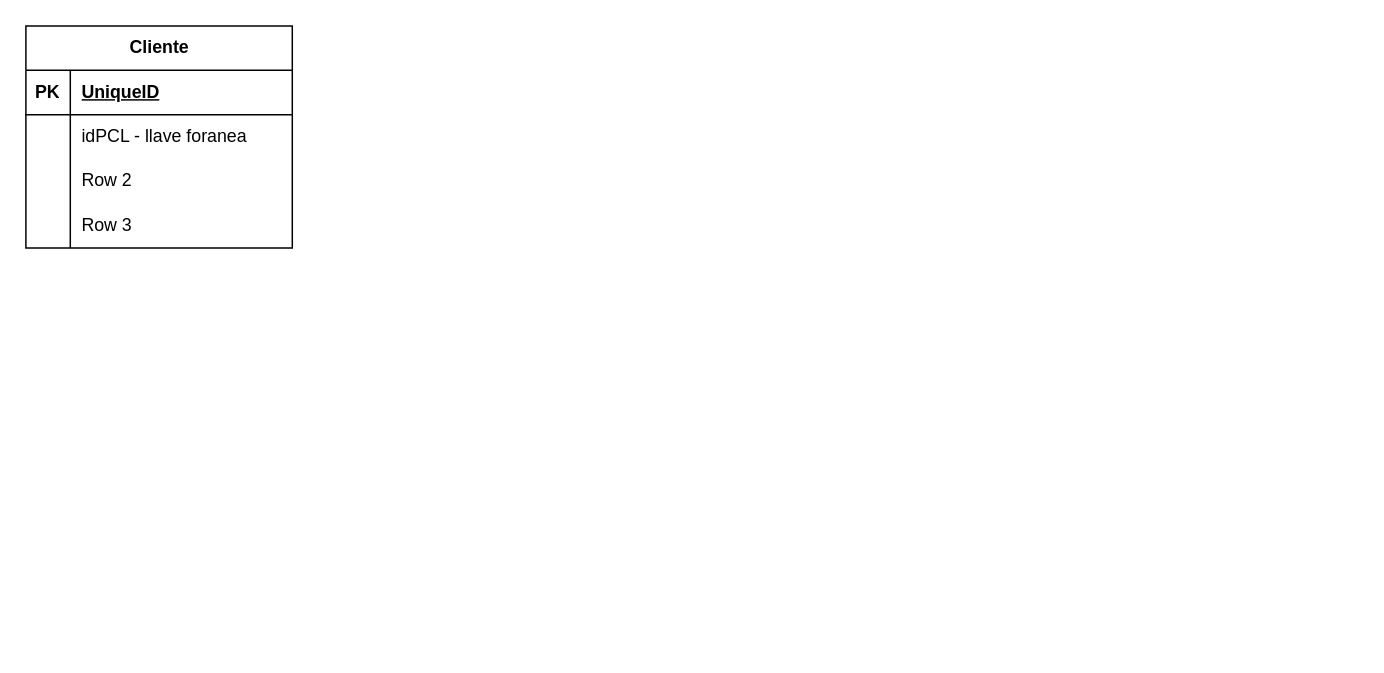
Before: BD.drawio in OscFPC/Aux_B, a draw.io diagram. Source tidied: cells renumbered, new cells numbered last; positions are measured from the earlier drawing's top-left corner, leaving out a move shared by most shapes. Both pictures are drawn from the tidied source at 148%, with x=0, y=0 at pixel (25, 25).
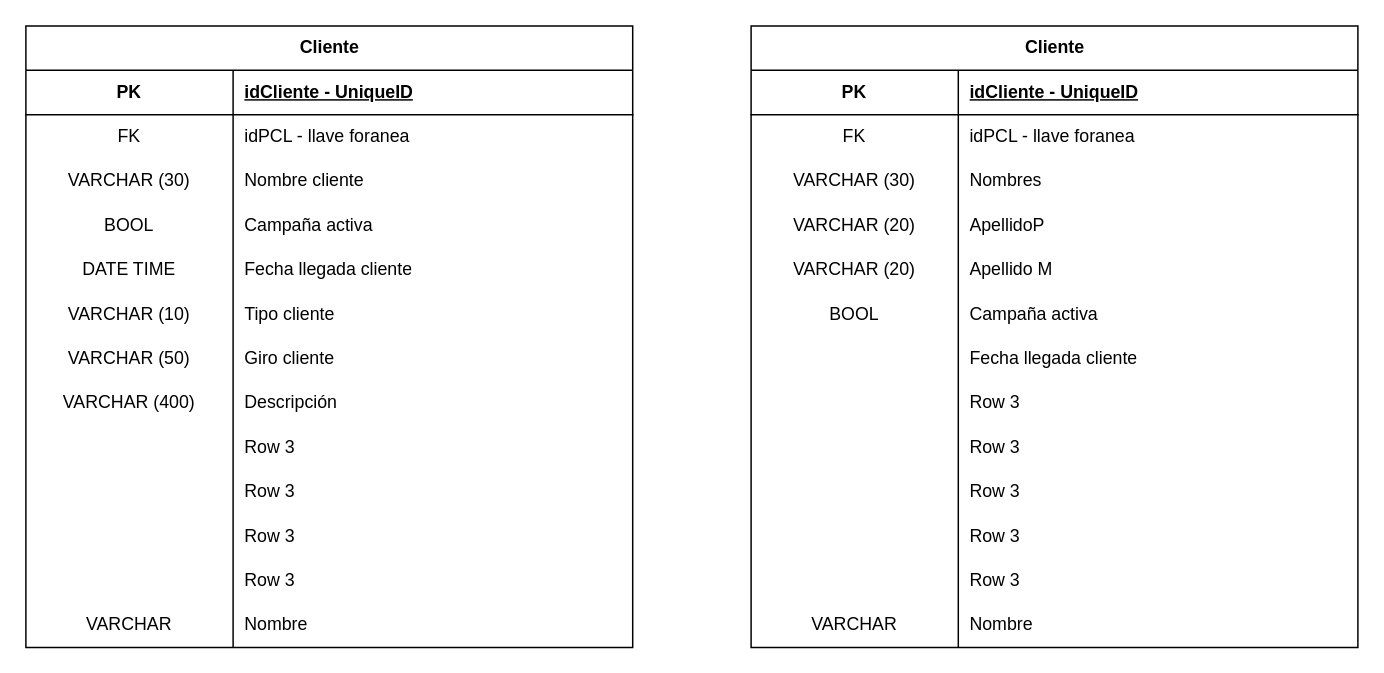
The same diagram, later.

What changed in the source:
```diff
@@
     <mxCell id="2" value="Cliente" style="shape=table;startSize=30;childLayout=tableLayout;rowLines=0;fontStyle=1;align=center;html=1;" parent="1" vertex="1">
-      <mxGeometry width="180" height="150" as="geometry" />
+      <mxGeometry width="410" height="420" as="geometry" />
     </mxCell>
     <mxCell id="3" style="shape=tableRow;horizontal=0;startSize=0;swimlaneHead=0;swimlaneBody=0;fillColor=none;top=0;left=0;right=0;bottom=1;" parent="2" vertex="1">
-      <mxGeometry y="30" width="180" height="30" as="geometry" />
+      <mxGeometry y="30" width="410" height="30" as="geometry" />
     </mxCell>
     <mxCell id="4" value="PK" style="shape=partialRectangle;fillColor=none;top=0;left=0;bottom=0;right=0;fontStyle=1;overflow=hidden;whiteSpace=wrap;html=1;" parent="3" vertex="1">
-      <mxGeometry width="30" height="30" as="geometry" />
+      <mxGeometry width="140" height="30" as="geometry" />
     </mxCell>
-    <mxCell id="5" value="UniqueID" style="shape=partialRectangle;fillColor=none;top=0;left=0;bottom=0;right=0;align=left;spacingLeft=6;fontStyle=5;overflow=hidden;whiteSpace=wrap;html=1;" parent="3" vertex="1">
-      <mxGeometry x="30" width="150" height="30" as="geometry" />
+    <mxCell id="5" value="idCliente - UniqueID" style="shape=partialRectangle;fillColor=none;top=0;left=0;bottom=0;right=0;align=left;spacingLeft=6;fontStyle=5;overflow=hidden;whiteSpace=wrap;html=1;" parent="3" vertex="1">
+      <mxGeometry x="140" width="270" height="30" as="geometry" />
     </mxCell>
     <mxCell id="6" style="shape=tableRow;horizontal=0;startSize=0;swimlaneHead=0;swimlaneBody=0;fillColor=none;top=0;left=0;right=0;bottom=0;" parent="2" vertex="1">
-      <mxGeometry y="60" width="180" height="30" as="geometry" />
+      <mxGeometry y="60" width="410" height="30" as="geometry" />
     </mxCell>
-    <mxCell id="7" style="shape=partialRectangle;fillColor=none;top=0;left=0;bottom=0;right=0;overflow=hidden;whiteSpace=wrap;html=1;" parent="6" vertex="1">
-      <mxGeometry width="30" height="30" as="geometry" />
+    <mxCell id="7" value="FK" style="shape=partialRectangle;fillColor=none;top=0;left=0;bottom=0;right=0;overflow=hidden;whiteSpace=wrap;html=1;" parent="6" vertex="1">
+      <mxGeometry width="140" height="30" as="geometry" />
     </mxCell>
     <mxCell id="8" value="idPCL - llave foranea" style="shape=partialRectangle;fillColor=none;top=0;left=0;bottom=0;right=0;align=left;spacingLeft=6;overflow=hidden;whiteSpace=wrap;html=1;" parent="6" vertex="1">
-      <mxGeometry x="30" width="150" height="30" as="geometry" />
+      <mxGeometry x="140" width="270" height="30" as="geometry" />
     </mxCell>
     <mxCell id="9" style="shape=tableRow;horizontal=0;startSize=0;swimlaneHead=0;swimlaneBody=0;fillColor=none;top=0;left=0;right=0;bottom=0;" parent="2" vertex="1">
-      <mxGeometry y="90" width="180" height="30" as="geometry" />
+      <mxGeometry y="90" width="410" height="30" as="geometry" />
     </mxCell>
-    <mxCell id="10" style="shape=partialRectangle;fillColor=none;top=0;left=0;bottom=0;right=0;overflow=hidden;whiteSpace=wrap;html=1;" parent="9" vertex="1">
-      <mxGeometry width="30" height="30" as="geometry" />
+    <mxCell id="10" value="VARCHAR (30)" style="shape=partialRectangle;fillColor=none;top=0;left=0;bottom=0;right=0;overflow=hidden;whiteSpace=wrap;html=1;" parent="9" vertex="1">
+      <mxGeometry width="140" height="30" as="geometry" />
     </mxCell>
-    <mxCell id="11" value="Row 2" style="shape=partialRectangle;fillColor=none;top=0;left=0;bottom=0;right=0;align=left;spacingLeft=6;overflow=hidden;whiteSpace=wrap;html=1;" parent="9" vertex="1">
-      <mxGeometry x="30" width="150" height="30" as="geometry" />
+    <mxCell id="11" value="Nombre cliente" style="shape=partialRectangle;fillColor=none;top=0;left=0;bottom=0;right=0;align=left;spacingLeft=6;overflow=hidden;whiteSpace=wrap;html=1;" parent="9" vertex="1">
+      <mxGeometry x="140" width="270" height="30" as="geometry" />
     </mxCell>
     <mxCell id="12" style="shape=tableRow;horizontal=0;startSize=0;swimlaneHead=0;swimlaneBody=0;fillColor=none;top=0;left=0;right=0;bottom=0;" parent="2" vertex="1">
-      <mxGeometry y="120" width="180" height="30" as="geometry" />
+      <mxGeometry y="120" width="410" height="30" as="geometry" />
     </mxCell>
-    <mxCell id="13" style="shape=partialRectangle;fillColor=none;top=0;left=0;bottom=0;right=0;overflow=hidden;whiteSpace=wrap;html=1;" parent="12" vertex="1">
-      <mxGeometry width="30" height="30" as="geometry" />
+    <mxCell id="13" value="BOOL" style="shape=partialRectangle;fillColor=none;top=0;left=0;bottom=0;right=0;overflow=hidden;whiteSpace=wrap;html=1;" parent="12" vertex="1">
+      <mxGeometry width="140" height="30" as="geometry" />
     </mxCell>
-    <mxCell id="14" value="Row 3" style="shape=partialRectangle;fillColor=none;top=0;left=0;bottom=0;right=0;align=left;spacingLeft=6;overflow=hidden;whiteSpace=wrap;html=1;" parent="12" vertex="1">
-      <mxGeometry x="30" width="150" height="30" as="geometry" />
+    <mxCell id="14" value="Campaña activa" style="shape=partialRectangle;fillColor=none;top=0;left=0;bottom=0;right=0;align=left;spacingLeft=6;overflow=hidden;whiteSpace=wrap;html=1;" parent="12" vertex="1">
+      <mxGeometry x="140" width="270" height="30" as="geometry" />
     </mxCell>
+    <mxCell id="15" style="shape=tableRow;horizontal=0;startSize=0;swimlaneHead=0;swimlaneBody=0;fillColor=none;top=0;left=0;right=0;bottom=0;" parent="2" vertex="1">
+      <mxGeometry y="150" width="410" height="30" as="geometry" />
+    </mxCell>
+    <mxCell id="16" value="DATE TIME" style="shape=partialRectangle;fillColor=none;top=0;left=0;bottom=0;right=0;overflow=hidden;whiteSpace=wrap;html=1;" parent="15" vertex="1">
+      <mxGeometry width="140" height="30" as="geometry" />
+    </mxCell>
+    <mxCell id="17" value="Fecha llegada cliente" style="shape=partialRectangle;fillColor=none;top=0;left=0;bottom=0;right=0;align=left;spacingLeft=6;overflow=hidden;whiteSpace=wrap;html=1;" parent="15" vertex="1">
+      <mxGeometry x="140" width="270" height="30" as="geometry" />
+    </mxCell>
+    <mxCell id="18" style="shape=tableRow;horizontal=0;startSize=0;swimlaneHead=0;swimlaneBody=0;fillColor=none;top=0;left=0;right=0;bottom=0;" parent="2" vertex="1">
+      <mxGeometry y="180" width="410" height="30" as="geometry" />
+    </mxCell>
+    <mxCell id="19" value="VARCHAR (10)" style="shape=partialRectangle;fillColor=none;top=0;left=0;bottom=0;right=0;overflow=hidden;whiteSpace=wrap;html=1;" parent="18" vertex="1">
+      <mxGeometry width="140" height="30" as="geometry" />
+    </mxCell>
+    <mxCell id="20" value="Tipo cliente" style="shape=partialRectangle;fillColor=none;top=0;left=0;bottom=0;right=0;align=left;spacingLeft=6;overflow=hidden;whiteSpace=wrap;html=1;" parent="18" vertex="1">
+      <mxGeometry x="140" width="270" height="30" as="geometry" />
+    </mxCell>
+    <mxCell id="21" style="shape=tableRow;horizontal=0;startSize=0;swimlaneHead=0;swimlaneBody=0;fillColor=none;top=0;left=0;right=0;bottom=0;" parent="2" vertex="1">
+      <mxGeometry y="210" width="410" height="30" as="geometry" />
+    </mxCell>
+    <mxCell id="22" value="VARCHAR (50)" style="shape=partialRectangle;fillColor=none;top=0;left=0;bottom=0;right=0;overflow=hidden;whiteSpace=wrap;html=1;" parent="21" vertex="1">
+      <mxGeometry width="140" height="30" as="geometry" />
+    </mxCell>
+    <mxCell id="23" value="Giro cliente" style="shape=partialRectangle;fillColor=none;top=0;left=0;bottom=0;right=0;align=left;spacingLeft=6;overflow=hidden;whiteSpace=wrap;html=1;" parent="21" vertex="1">
+      <mxGeometry x="140" width="270" height="30" as="geometry" />
+    </mxCell>
+    <mxCell id="24" style="shape=tableRow;horizontal=0;startSize=0;swimlaneHead=0;swimlaneBody=0;fillColor=none;top=0;left=0;right=0;bottom=0;" parent="2" vertex="1">
+      <mxGeometry y="240" width="410" height="30" as="geometry" />
+    </mxCell>
+    <mxCell id="25" value="VARCHAR (400)" style="shape=partialRectangle;fillColor=none;top=0;left=0;bottom=0;right=0;overflow=hidden;whiteSpace=wrap;html=1;" parent="24" vertex="1">
+      <mxGeometry width="140" height="30" as="geometry" />
+    </mxCell>
+    <mxCell id="26" value="Descripción" style="shape=partialRectangle;fillColor=none;top=0;left=0;bottom=0;right=0;align=left;spacingLeft=6;overflow=hidden;whiteSpace=wrap;html=1;" parent="24" vertex="1">
+      <mxGeometry x="140" width="270" height="30" as="geometry" />
+    </mxCell>
+    <mxCell id="27" style="shape=tableRow;horizontal=0;startSize=0;swimlaneHead=0;swimlaneBody=0;fillColor=none;top=0;left=0;right=0;bottom=0;" parent="2" vertex="1">
+      <mxGeometry y="270" width="410" height="30" as="geometry" />
+    </mxCell>
+    <mxCell id="28" style="shape=partialRectangle;fillColor=none;top=0;left=0;bottom=0;right=0;overflow=hidden;whiteSpace=wrap;html=1;" parent="27" vertex="1">
+      <mxGeometry width="140" height="30" as="geometry" />
+    </mxCell>
+    <mxCell id="29" value="Row 3" style="shape=partialRectangle;fillColor=none;top=0;left=0;bottom=0;right=0;align=left;spacingLeft=6;overflow=hidden;whiteSpace=wrap;html=1;" parent="27" vertex="1">
+      <mxGeometry x="140" width="270" height="30" as="geometry" />
+    </mxCell>
+    <mxCell id="30" style="shape=tableRow;horizontal=0;startSize=0;swimlaneHead=0;swimlaneBody=0;fillColor=none;top=0;left=0;right=0;bottom=0;" parent="2" vertex="1">
+      <mxGeometry y="300" width="410" height="30" as="geometry" />
+    </mxCell>
+    <mxCell id="31" style="shape=partialRectangle;fillColor=none;top=0;left=0;bottom=0;right=0;overflow=hidden;whiteSpace=wrap;html=1;" parent="30" vertex="1">
+      <mxGeometry width="140" height="30" as="geometry" />
+    </mxCell>
+    <mxCell id="32" value="Row 3" style="shape=partialRectangle;fillColor=none;top=0;left=0;bottom=0;right=0;align=left;spacingLeft=6;overflow=hidden;whiteSpace=wrap;html=1;" parent="30" vertex="1">
+      <mxGeometry x="140" width="270" height="30" as="geometry" />
+    </mxCell>
+    <mxCell id="33" style="shape=tableRow;horizontal=0;startSize=0;swimlaneHead=0;swimlaneBody=0;fillColor=none;top=0;left=0;right=0;bottom=0;" parent="2" vertex="1">
+      <mxGeometry y="330" width="410" height="30" as="geometry" />
+    </mxCell>
+    <mxCell id="34" style="shape=partialRectangle;fillColor=none;top=0;left=0;bottom=0;right=0;overflow=hidden;whiteSpace=wrap;html=1;" parent="33" vertex="1">
+      <mxGeometry width="140" height="30" as="geometry" />
+    </mxCell>
+    <mxCell id="35" value="Row 3" style="shape=partialRectangle;fillColor=none;top=0;left=0;bottom=0;right=0;align=left;spacingLeft=6;overflow=hidden;whiteSpace=wrap;html=1;" parent="33" vertex="1">
+      <mxGeometry x="140" width="270" height="30" as="geometry" />
+    </mxCell>
+    <mxCell id="36" style="shape=tableRow;horizontal=0;startSize=0;swimlaneHead=0;swimlaneBody=0;fillColor=none;top=0;left=0;right=0;bottom=0;" parent="2" vertex="1">
+      <mxGeometry y="360" width="410" height="30" as="geometry" />
+    </mxCell>
+    <mxCell id="37" style="shape=partialRectangle;fillColor=none;top=0;left=0;bottom=0;right=0;overflow=hidden;whiteSpace=wrap;html=1;" parent="36" vertex="1">
+      <mxGeometry width="140" height="30" as="geometry" />
+    </mxCell>
+    <mxCell id="38" value="Row 3" style="shape=partialRectangle;fillColor=none;top=0;left=0;bottom=0;right=0;align=left;spacingLeft=6;overflow=hidden;whiteSpace=wrap;html=1;" parent="36" vertex="1">
+      <mxGeometry x="140" width="270" height="30" as="geometry" />
+    </mxCell>
+    <mxCell id="39" style="shape=tableRow;horizontal=0;startSize=0;swimlaneHead=0;swimlaneBody=0;fillColor=none;top=0;left=0;right=0;bottom=0;" parent="2" vertex="1">
+      <mxGeometry y="390" width="410" height="30" as="geometry" />
+    </mxCell>
+    <mxCell id="40" value="VARCHAR" style="shape=partialRectangle;fillColor=none;top=0;left=0;bottom=0;right=0;overflow=hidden;whiteSpace=wrap;html=1;" parent="39" vertex="1">
+      <mxGeometry width="140" height="30" as="geometry" />
+    </mxCell>
+    <mxCell id="41" value="Nombre" style="shape=partialRectangle;fillColor=none;top=0;left=0;bottom=0;right=0;align=left;spacingLeft=6;overflow=hidden;whiteSpace=wrap;html=1;" parent="39" vertex="1">
+      <mxGeometry x="140" width="270" height="30" as="geometry" />
+    </mxCell>
+    <mxCell id="42" value="Cliente" style="shape=table;startSize=30;childLayout=tableLayout;rowLines=0;fontStyle=1;align=center;html=1;" parent="1" vertex="1">
+      <mxGeometry x="490" width="410" height="420" as="geometry" />
+    </mxCell>
+    <mxCell id="43" style="shape=tableRow;horizontal=0;startSize=0;swimlaneHead=0;swimlaneBody=0;fillColor=none;top=0;left=0;right=0;bottom=1;" parent="42" vertex="1">
+      <mxGeometry y="30" width="410" height="30" as="geometry" />
+    </mxCell>
+    <mxCell id="44" value="PK" style="shape=partialRectangle;fillColor=none;top=0;left=0;bottom=0;right=0;fontStyle=1;overflow=hidden;whiteSpace=wrap;html=1;" parent="43" vertex="1">
+      <mxGeometry width="140" height="30" as="geometry" />
+    </mxCell>
+    <mxCell id="45" value="idCliente - UniqueID" style="shape=partialRectangle;fillColor=none;top=0;left=0;bottom=0;right=0;align=left;spacingLeft=6;fontStyle=5;overflow=hidden;whiteSpace=wrap;html=1;" parent="43" vertex="1">
+      <mxGeometry x="140" width="270" height="30" as="geometry" />
+    </mxCell>
+    <mxCell id="46" style="shape=tableRow;horizontal=0;startSize=0;swimlaneHead=0;swimlaneBody=0;fillColor=none;top=0;left=0;right=0;bottom=0;" parent="42" vertex="1">
+      <mxGeometry y="60" width="410" height="30" as="geometry" />
+    </mxCell>
+    <mxCell id="47" value="FK" style="shape=partialRectangle;fillColor=none;top=0;left=0;bottom=0;right=0;overflow=hidden;whiteSpace=wrap;html=1;" parent="46" vertex="1">
+      <mxGeometry width="140" height="30" as="geometry" />
+    </mxCell>
+    <mxCell id="48" value="idPCL - llave foranea" style="shape=partialRectangle;fillColor=none;top=0;left=0;bottom=0;right=0;align=left;spacingLeft=6;overflow=hidden;whiteSpace=wrap;html=1;" parent="46" vertex="1">
+      <mxGeometry x="140" width="270" height="30" as="geometry" />
+    </mxCell>
+    <mxCell id="49" style="shape=tableRow;horizontal=0;startSize=0;swimlaneHead=0;swimlaneBody=0;fillColor=none;top=0;left=0;right=0;bottom=0;" parent="42" vertex="1">
+      <mxGeometry y="90" width="410" height="30" as="geometry" />
+    </mxCell>
+    <mxCell id="50" value="VARCHAR (30)" style="shape=partialRectangle;fillColor=none;top=0;left=0;bottom=0;right=0;overflow=hidden;whiteSpace=wrap;html=1;" parent="49" vertex="1">
+      <mxGeometry width="140" height="30" as="geometry" />
+    </mxCell>
+    <mxCell id="51" value="Nombres" style="shape=partialRectangle;fillColor=none;top=0;left=0;bottom=0;right=0;align=left;spacingLeft=6;overflow=hidden;whiteSpace=wrap;html=1;" parent="49" vertex="1">
+      <mxGeometry x="140" width="270" height="30" as="geometry" />
+    </mxCell>
+    <mxCell id="52" style="shape=tableRow;horizontal=0;startSize=0;swimlaneHead=0;swimlaneBody=0;fillColor=none;top=0;left=0;right=0;bottom=0;" parent="42" vertex="1">
+      <mxGeometry y="120" width="410" height="30" as="geometry" />
+    </mxCell>
+    <mxCell id="53" value="VARCHAR (20)" style="shape=partialRectangle;fillColor=none;top=0;left=0;bottom=0;right=0;overflow=hidden;whiteSpace=wrap;html=1;" parent="52" vertex="1">
+      <mxGeometry width="140" height="30" as="geometry" />
+    </mxCell>
+    <mxCell id="54" value="ApellidoP" style="shape=partialRectangle;fillColor=none;top=0;left=0;bottom=0;right=0;align=left;spacingLeft=6;overflow=hidden;whiteSpace=wrap;html=1;" parent="52" vertex="1">
+      <mxGeometry x="140" width="270" height="30" as="geometry" />
+    </mxCell>
+    <mxCell id="55" style="shape=tableRow;horizontal=0;startSize=0;swimlaneHead=0;swimlaneBody=0;fillColor=none;top=0;left=0;right=0;bottom=0;" parent="42" vertex="1">
+      <mxGeometry y="150" width="410" height="30" as="geometry" />
+    </mxCell>
+    <mxCell id="56" value="VARCHAR (20)" style="shape=partialRectangle;fillColor=none;top=0;left=0;bottom=0;right=0;overflow=hidden;whiteSpace=wrap;html=1;" parent="55" vertex="1">
+      <mxGeometry width="140" height="30" as="geometry" />
+    </mxCell>
+    <mxCell id="57" value="Apellido M" style="shape=partialRectangle;fillColor=none;top=0;left=0;bottom=0;right=0;align=left;spacingLeft=6;overflow=hidden;whiteSpace=wrap;html=1;" parent="55" vertex="1">
+      <mxGeometry x="140" width="270" height="30" as="geometry" />
+    </mxCell>
+    <mxCell id="58" style="shape=tableRow;horizontal=0;startSize=0;swimlaneHead=0;swimlaneBody=0;fillColor=none;top=0;left=0;right=0;bottom=0;" parent="42" vertex="1">
+      <mxGeometry y="180" width="410" height="30" as="geometry" />
+    </mxCell>
+    <mxCell id="59" value="BOOL" style="shape=partialRectangle;fillColor=none;top=0;left=0;bottom=0;right=0;overflow=hidden;whiteSpace=wrap;html=1;" parent="58" vertex="1">
+      <mxGeometry width="140" height="30" as="geometry" />
+    </mxCell>
+    <mxCell id="60" value="Campaña activa" style="shape=partialRectangle;fillColor=none;top=0;left=0;bottom=0;right=0;align=left;spacingLeft=6;overflow=hidden;whiteSpace=wrap;html=1;" parent="58" vertex="1">
+      <mxGeometry x="140" width="270" height="30" as="geometry" />
+    </mxCell>
+    <mxCell id="61" style="shape=tableRow;horizontal=0;startSize=0;swimlaneHead=0;swimlaneBody=0;fillColor=none;top=0;left=0;right=0;bottom=0;" parent="42" vertex="1">
+      <mxGeometry y="210" width="410" height="30" as="geometry" />
+    </mxCell>
+    <mxCell id="62" style="shape=partialRectangle;fillColor=none;top=0;left=0;bottom=0;right=0;overflow=hidden;whiteSpace=wrap;html=1;" parent="61" vertex="1">
+      <mxGeometry width="140" height="30" as="geometry" />
+    </mxCell>
+    <mxCell id="63" value="Fecha llegada cliente" style="shape=partialRectangle;fillColor=none;top=0;left=0;bottom=0;right=0;align=left;spacingLeft=6;overflow=hidden;whiteSpace=wrap;html=1;" parent="61" vertex="1">
+      <mxGeometry x="140" width="270" height="30" as="geometry" />
+    </mxCell>
+    <mxCell id="64" style="shape=tableRow;horizontal=0;startSize=0;swimlaneHead=0;swimlaneBody=0;fillColor=none;top=0;left=0;right=0;bottom=0;" parent="42" vertex="1">
+      <mxGeometry y="240" width="410" height="30" as="geometry" />
+    </mxCell>
+    <mxCell id="65" style="shape=partialRectangle;fillColor=none;top=0;left=0;bottom=0;right=0;overflow=hidden;whiteSpace=wrap;html=1;" parent="64" vertex="1">
+      <mxGeometry width="140" height="30" as="geometry" />
+    </mxCell>
+    <mxCell id="66" value="Row 3" style="shape=partialRectangle;fillColor=none;top=0;left=0;bottom=0;right=0;align=left;spacingLeft=6;overflow=hidden;whiteSpace=wrap;html=1;" parent="64" vertex="1">
+      <mxGeometry x="140" width="270" height="30" as="geometry" />
+    </mxCell>
+    <mxCell id="67" style="shape=tableRow;horizontal=0;startSize=0;swimlaneHead=0;swimlaneBody=0;fillColor=none;top=0;left=0;right=0;bottom=0;" parent="42" vertex="1">
+      <mxGeometry y="270" width="410" height="30" as="geometry" />
+    </mxCell>
+    <mxCell id="68" style="shape=partialRectangle;fillColor=none;top=0;left=0;bottom=0;right=0;overflow=hidden;whiteSpace=wrap;html=1;" parent="67" vertex="1">
+      <mxGeometry width="140" height="30" as="geometry" />
+    </mxCell>
+    <mxCell id="69" value="Row 3" style="shape=partialRectangle;fillColor=none;top=0;left=0;bottom=0;right=0;align=left;spacingLeft=6;overflow=hidden;whiteSpace=wrap;html=1;" parent="67" vertex="1">
+      <mxGeometry x="140" width="270" height="30" as="geometry" />
+    </mxCell>
+    <mxCell id="70" style="shape=tableRow;horizontal=0;startSize=0;swimlaneHead=0;swimlaneBody=0;fillColor=none;top=0;left=0;right=0;bottom=0;" parent="42" vertex="1">
+      <mxGeometry y="300" width="410" height="30" as="geometry" />
+    </mxCell>
+    <mxCell id="71" style="shape=partialRectangle;fillColor=none;top=0;left=0;bottom=0;right=0;overflow=hidden;whiteSpace=wrap;html=1;" parent="70" vertex="1">
+      <mxGeometry width="140" height="30" as="geometry" />
+    </mxCell>
+    <mxCell id="72" value="Row 3" style="shape=partialRectangle;fillColor=none;top=0;left=0;bottom=0;right=0;align=left;spacingLeft=6;overflow=hidden;whiteSpace=wrap;html=1;" parent="70" vertex="1">
+      <mxGeometry x="140" width="270" height="30" as="geometry" />
+    </mxCell>
+    <mxCell id="73" style="shape=tableRow;horizontal=0;startSize=0;swimlaneHead=0;swimlaneBody=0;fillColor=none;top=0;left=0;right=0;bottom=0;" parent="42" vertex="1">
+      <mxGeometry y="330" width="410" height="30" as="geometry" />
+    </mxCell>
+    <mxCell id="74" style="shape=partialRectangle;fillColor=none;top=0;left=0;bottom=0;right=0;overflow=hidden;whiteSpace=wrap;html=1;" parent="73" vertex="1">
+      <mxGeometry width="140" height="30" as="geometry" />
+    </mxCell>
+    <mxCell id="75" value="Row 3" style="shape=partialRectangle;fillColor=none;top=0;left=0;bottom=0;right=0;align=left;spacingLeft=6;overflow=hidden;whiteSpace=wrap;html=1;" parent="73" vertex="1">
+      <mxGeometry x="140" width="270" height="30" as="geometry" />
+    </mxCell>
+    <mxCell id="76" style="shape=tableRow;horizontal=0;startSize=0;swimlaneHead=0;swimlaneBody=0;fillColor=none;top=0;left=0;right=0;bottom=0;" parent="42" vertex="1">
+      <mxGeometry y="360" width="410" height="30" as="geometry" />
+    </mxCell>
+    <mxCell id="77" style="shape=partialRectangle;fillColor=none;top=0;left=0;bottom=0;right=0;overflow=hidden;whiteSpace=wrap;html=1;" parent="76" vertex="1">
+      <mxGeometry width="140" height="30" as="geometry" />
+    </mxCell>
+    <mxCell id="78" value="Row 3" style="shape=partialRectangle;fillColor=none;top=0;left=0;bottom=0;right=0;align=left;spacingLeft=6;overflow=hidden;whiteSpace=wrap;html=1;" parent="76" vertex="1">
+      <mxGeometry x="140" width="270" height="30" as="geometry" />
+    </mxCell>
+    <mxCell id="79" style="shape=tableRow;horizontal=0;startSize=0;swimlaneHead=0;swimlaneBody=0;fillColor=none;top=0;left=0;right=0;bottom=0;" parent="42" vertex="1">
+      <mxGeometry y="390" width="410" height="30" as="geometry" />
+    </mxCell>
+    <mxCell id="80" value="VARCHAR" style="shape=partialRectangle;fillColor=none;top=0;left=0;bottom=0;right=0;overflow=hidden;whiteSpace=wrap;html=1;" parent="79" vertex="1">
+      <mxGeometry width="140" height="30" as="geometry" />
+    </mxCell>
+    <mxCell id="81" value="Nombre" style="shape=partialRectangle;fillColor=none;top=0;left=0;bottom=0;right=0;align=left;spacingLeft=6;overflow=hidden;whiteSpace=wrap;html=1;" parent="79" vertex="1">
+      <mxGeometry x="140" width="270" height="30" as="geometry" />
+    </mxCell>
```
